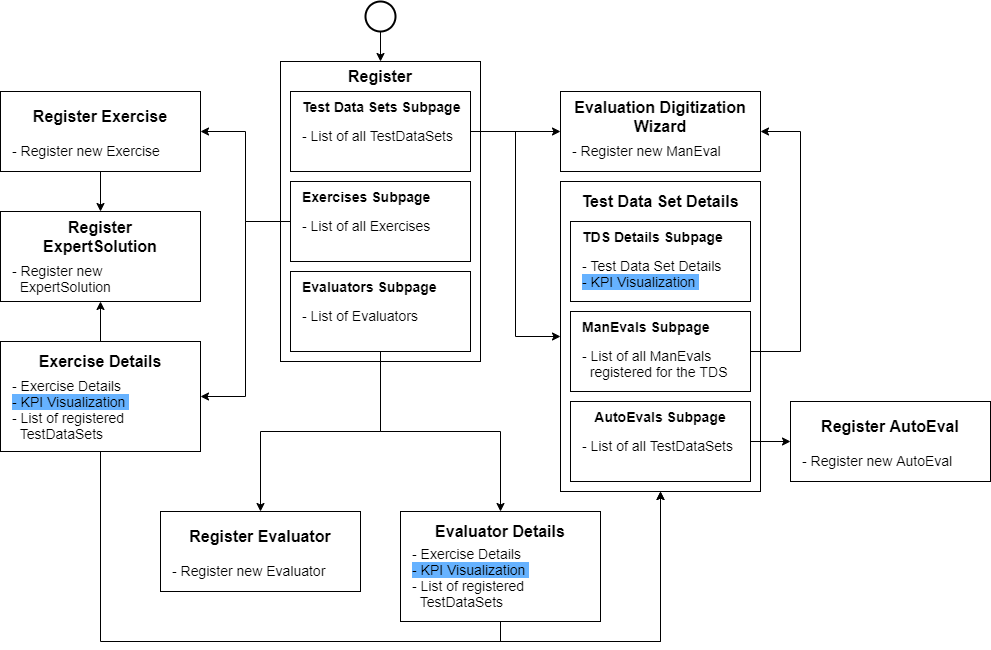
The draw.io diagram doc/images/graphics/PageTree.png in PDT42/bachelor-quality-testing-inloom, before a commit. Source tidied: cells renumbered, new cells last; positions are measured from the earlier drawing's top-left corner, leaving out a move shared by most shapes.
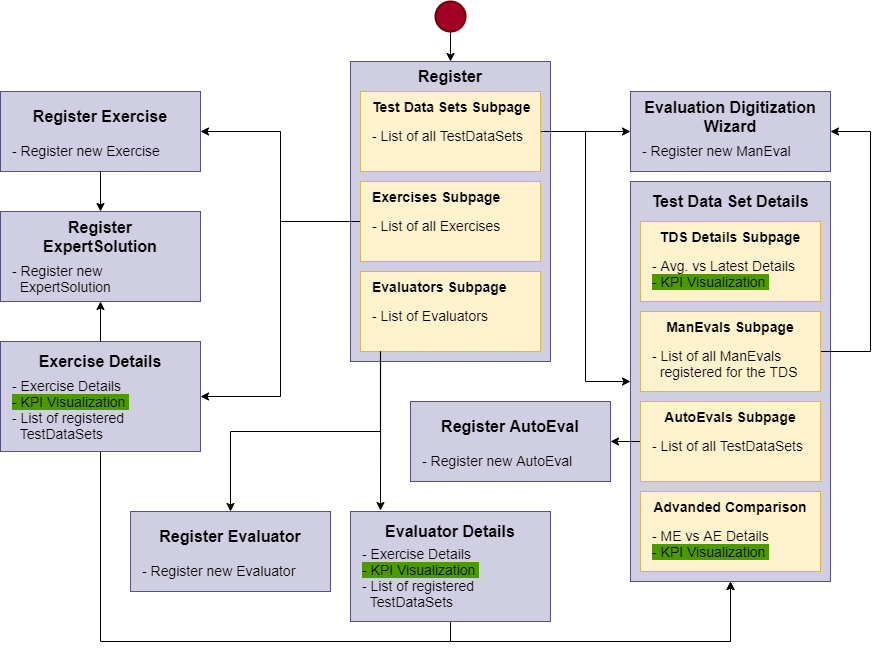
After the change.

Change to the diagram source:
```diff
@@ -2,7 +2,7 @@
   <root>
     <mxCell id="0" />
     <mxCell id="1" parent="0" />
-    <mxCell id="2" style="rounded=0;whiteSpace=wrap;html=1;" parent="1" vertex="1">
+    <mxCell id="2" style="rounded=0;whiteSpace=wrap;html=1;fillColor=#d0cee2;strokeColor=#56517e;" parent="1" vertex="1">
       <mxGeometry x="280" y="60" width="200" height="300" as="geometry" />
     </mxCell>
     <mxCell id="3" value="Register" style="text;html=1;strokeColor=none;fillColor=none;align=center;verticalAlign=middle;whiteSpace=wrap;rounded=0;fontStyle=1;fontSize=16;" parent="1" vertex="1">
@@ -14,7 +14,7 @@
     <mxCell id="5" style="edgeStyle=orthogonalEdgeStyle;rounded=0;jettySize=auto;html=1;exitX=1;exitY=0.5;exitDx=0;exitDy=0;entryX=0;entryY=0.5;entryDx=0;entryDy=0;fontSize=14;" parent="1" edge="1" source="6" target="29">
       <mxGeometry relative="1" as="geometry" />
     </mxCell>
-    <mxCell id="6" style="rounded=0;whiteSpace=wrap;html=1;fontSize=14;align=left;" parent="1" vertex="1">
+    <mxCell id="6" style="rounded=0;whiteSpace=wrap;html=1;fontSize=14;align=left;fillColor=#fff2cc;strokeColor=#d6b656;" parent="1" vertex="1">
       <mxGeometry x="290" y="90" width="180" height="80" as="geometry" />
     </mxCell>
     <mxCell id="7" value="&lt;span style=&quot;font-size: 14px;&quot;&gt;Test Data Sets Subpage&lt;/span&gt;" style="text;html=1;strokeColor=none;fillColor=none;align=left;verticalAlign=middle;whiteSpace=wrap;rounded=0;fontSize=14;fontStyle=1;" parent="1" vertex="1">
@@ -29,7 +29,7 @@
     <mxCell id="10" style="edgeStyle=orthogonalEdgeStyle;rounded=0;jettySize=auto;html=1;exitX=0;exitY=0.5;exitDx=0;exitDy=0;entryX=1;entryY=0.5;entryDx=0;entryDy=0;" parent="1" edge="1" source="11" target="43">
       <mxGeometry relative="1" as="geometry" />
     </mxCell>
-    <mxCell id="11" style="rounded=0;whiteSpace=wrap;html=1;fontSize=14;align=left;" parent="1" vertex="1">
+    <mxCell id="11" style="rounded=0;whiteSpace=wrap;html=1;fontSize=14;align=left;fillColor=#fff2cc;strokeColor=#d6b656;" parent="1" vertex="1">
       <mxGeometry x="290" y="180" width="180" height="80" as="geometry" />
     </mxCell>
     <mxCell id="12" value="&lt;span style=&quot;font-size: 14px&quot;&gt;Exercises Subpage&lt;/span&gt;" style="text;html=1;strokeColor=none;fillColor=none;align=left;verticalAlign=middle;whiteSpace=wrap;rounded=0;fontSize=14;fontStyle=1;" parent="1" vertex="1">
@@ -38,22 +38,27 @@
     <mxCell id="13" value="- List of all Exercises" style="text;html=1;strokeColor=none;fillColor=none;align=left;verticalAlign=top;whiteSpace=wrap;rounded=0;fontSize=14;" parent="1" vertex="1">
       <mxGeometry x="300" y="210" width="160" height="50" as="geometry" />
     </mxCell>
-    <mxCell id="14" style="rounded=0;whiteSpace=wrap;html=1;fontSize=14;align=left;" parent="1" vertex="1">
+    <mxCell id="14" style="rounded=0;whiteSpace=wrap;html=1;fontSize=14;align=left;fillColor=#fff2cc;strokeColor=#d6b656;" parent="1" vertex="1">
       <mxGeometry x="290" y="270" width="180" height="80" as="geometry" />
     </mxCell>
     <mxCell id="15" value="&lt;span style=&quot;font-size: 14px&quot;&gt;Evaluators Subpage&lt;/span&gt;" style="text;html=1;strokeColor=none;fillColor=none;align=left;verticalAlign=middle;whiteSpace=wrap;rounded=0;fontSize=14;fontStyle=1;" parent="1" vertex="1">
       <mxGeometry x="300" y="270" width="170" height="30" as="geometry" />
     </mxCell>
-    <mxCell id="16" style="edgeStyle=orthogonalEdgeStyle;rounded=0;jettySize=auto;html=1;exitX=0.5;exitY=1;exitDx=0;exitDy=0;entryX=0.5;entryY=0;entryDx=0;entryDy=0;fontSize=14;" parent="1" edge="1" source="18" target="27">
-      <mxGeometry relative="1" as="geometry" />
+    <mxCell id="16" style="edgeStyle=orthogonalEdgeStyle;rounded=0;jettySize=auto;html=1;exitX=0.062;exitY=1.001;exitDx=0;exitDy=0;entryX=0.5;entryY=0;entryDx=0;entryDy=0;fontSize=14;exitPerimeter=0;" parent="1" edge="1" source="18" target="27">
+      <mxGeometry relative="1" as="geometry">
+        <Array as="points">
+          <mxPoint x="310" y="430" />
+          <mxPoint x="160" y="430" />
+        </Array>
+      </mxGeometry>
     </mxCell>
-    <mxCell id="17" style="edgeStyle=orthogonalEdgeStyle;rounded=0;jettySize=auto;html=1;exitX=0.5;exitY=1;exitDx=0;exitDy=0;entryX=0.5;entryY=0;entryDx=0;entryDy=0;" parent="1" edge="1" source="18" target="52">
+    <mxCell id="17" style="edgeStyle=orthogonalEdgeStyle;rounded=0;jettySize=auto;html=1;exitX=0.063;exitY=1;exitDx=0;exitDy=0;entryX=0.111;entryY=-0.025;entryDx=0;entryDy=0;entryPerimeter=0;exitPerimeter=0;" parent="1" edge="1" source="18" target="52">
       <mxGeometry relative="1" as="geometry" />
     </mxCell>
     <mxCell id="18" value="- List of Evaluators" style="text;html=1;strokeColor=none;fillColor=none;align=left;verticalAlign=top;whiteSpace=wrap;rounded=0;fontSize=14;" parent="1" vertex="1">
       <mxGeometry x="300" y="300" width="160" height="50" as="geometry" />
     </mxCell>
-    <mxCell id="19" style="rounded=0;whiteSpace=wrap;html=1;" parent="1" vertex="1">
+    <mxCell id="19" style="rounded=0;whiteSpace=wrap;html=1;fillColor=#d0cee2;strokeColor=#56517e;" parent="1" vertex="1">
       <mxGeometry x="560" y="90" width="200" height="80" as="geometry" />
     </mxCell>
     <mxCell id="20" value="Evaluation Digitization&lt;br&gt;Wizard" style="text;html=1;strokeColor=none;fillColor=none;align=center;verticalAlign=middle;whiteSpace=wrap;rounded=0;fontStyle=1;fontSize=16;" parent="1" vertex="1">
@@ -62,40 +67,40 @@
     <mxCell id="21" value="- Register new ManEval" style="text;html=1;strokeColor=none;fillColor=none;align=left;verticalAlign=top;whiteSpace=wrap;rounded=0;fontSize=14;" parent="1" vertex="1">
       <mxGeometry x="570" y="135" width="180" height="35" as="geometry" />
     </mxCell>
-    <mxCell id="22" style="rounded=0;whiteSpace=wrap;html=1;" parent="1" vertex="1">
-      <mxGeometry y="90" width="200" height="80" as="geometry" />
+    <mxCell id="22" style="rounded=0;whiteSpace=wrap;html=1;fillColor=#d0cee2;strokeColor=#56517e;" parent="1" vertex="1">
+      <mxGeometry x="-70" y="90" width="200" height="80" as="geometry" />
     </mxCell>
     <mxCell id="23" value="Register Exercise" style="text;html=1;strokeColor=none;fillColor=none;align=center;verticalAlign=middle;whiteSpace=wrap;rounded=0;fontStyle=1;fontSize=16;" parent="1" vertex="1">
-      <mxGeometry x="10" y="90" width="180" height="50" as="geometry" />
+      <mxGeometry x="-60" y="90" width="180" height="50" as="geometry" />
     </mxCell>
     <mxCell id="24" style="edgeStyle=orthogonalEdgeStyle;rounded=0;jettySize=auto;html=1;exitX=0.5;exitY=1;exitDx=0;exitDy=0;entryX=0.5;entryY=0;entryDx=0;entryDy=0;" parent="1" edge="1" source="25" target="48">
       <mxGeometry relative="1" as="geometry" />
     </mxCell>
     <mxCell id="25" value="- Register new Exercise" style="text;html=1;strokeColor=none;fillColor=none;align=left;verticalAlign=top;whiteSpace=wrap;rounded=0;fontSize=14;" parent="1" vertex="1">
-      <mxGeometry x="10" y="135" width="180" height="35" as="geometry" />
+      <mxGeometry x="-60" y="135" width="180" height="35" as="geometry" />
     </mxCell>
-    <mxCell id="26" style="rounded=0;whiteSpace=wrap;html=1;" parent="1" vertex="1">
-      <mxGeometry x="160" y="510" width="200" height="80" as="geometry" />
+    <mxCell id="26" style="rounded=0;whiteSpace=wrap;html=1;fillColor=#d0cee2;strokeColor=#56517e;" parent="1" vertex="1">
+      <mxGeometry x="60" y="510" width="200" height="80" as="geometry" />
     </mxCell>
     <mxCell id="27" value="Register Evaluator" style="text;html=1;strokeColor=none;fillColor=none;align=center;verticalAlign=middle;whiteSpace=wrap;rounded=0;fontStyle=1;fontSize=16;" parent="1" vertex="1">
-      <mxGeometry x="170" y="510" width="180" height="50" as="geometry" />
+      <mxGeometry x="70" y="510" width="180" height="50" as="geometry" />
     </mxCell>
     <mxCell id="28" value="- Register new Evaluator" style="text;html=1;strokeColor=none;fillColor=none;align=left;verticalAlign=top;whiteSpace=wrap;rounded=0;fontSize=14;" parent="1" vertex="1">
-      <mxGeometry x="170" y="555" width="180" height="35" as="geometry" />
+      <mxGeometry x="70" y="555" width="180" height="35" as="geometry" />
     </mxCell>
-    <mxCell id="29" style="rounded=0;whiteSpace=wrap;html=1;" parent="1" vertex="1">
-      <mxGeometry x="560" y="180" width="200" height="310" as="geometry" />
+    <mxCell id="29" style="rounded=0;whiteSpace=wrap;html=1;fillColor=#d0cee2;strokeColor=#56517e;" parent="1" vertex="1">
+      <mxGeometry x="560" y="180" width="200" height="400" as="geometry" />
     </mxCell>
     <mxCell id="30" value="Test Data Set Details" style="text;html=1;strokeColor=none;fillColor=none;align=center;verticalAlign=middle;whiteSpace=wrap;rounded=0;fontStyle=1;fontSize=16;" parent="1" vertex="1">
       <mxGeometry x="570" y="180" width="180" height="40" as="geometry" />
     </mxCell>
-    <mxCell id="31" style="rounded=0;whiteSpace=wrap;html=1;fontSize=14;align=left;" parent="1" vertex="1">
+    <mxCell id="31" style="rounded=0;whiteSpace=wrap;html=1;fontSize=14;align=left;fillColor=#fff2cc;strokeColor=#d6b656;" parent="1" vertex="1">
       <mxGeometry x="570" y="220" width="180" height="80" as="geometry" />
     </mxCell>
-    <mxCell id="32" value="&lt;span style=&quot;font-size: 14px&quot;&gt;TDS Details Subpage&lt;/span&gt;" style="text;html=1;strokeColor=none;fillColor=none;align=left;verticalAlign=middle;whiteSpace=wrap;rounded=0;fontSize=14;fontStyle=1;" parent="1" vertex="1">
-      <mxGeometry x="580" y="220" width="170" height="30" as="geometry" />
+    <mxCell id="32" value="&lt;span style=&quot;font-size: 14px&quot;&gt;TDS Details Subpage&lt;/span&gt;" style="text;html=1;strokeColor=none;fillColor=none;align=center;verticalAlign=middle;whiteSpace=wrap;rounded=0;fontSize=14;fontStyle=1;" parent="1" vertex="1">
+      <mxGeometry x="580" y="220" width="160" height="30" as="geometry" />
     </mxCell>
-    <mxCell id="33" value="- Test Data Set Details&lt;br&gt;&lt;span style=&quot;background-color: rgb(102 , 178 , 255)&quot;&gt;- KPI Visualization&amp;nbsp;&lt;/span&gt;" style="text;html=1;strokeColor=none;fillColor=none;align=left;verticalAlign=top;whiteSpace=wrap;rounded=0;fontSize=14;" parent="1" vertex="1">
+    <mxCell id="33" value="- Avg. vs Latest Details&lt;br&gt;&lt;span style=&quot;background-color: rgb(77 , 153 , 0)&quot;&gt;- KPI Visualization&amp;nbsp;&lt;/span&gt;" style="text;html=1;strokeColor=none;fillColor=none;align=left;verticalAlign=top;whiteSpace=wrap;rounded=0;fontSize=14;" parent="1" vertex="1">
       <mxGeometry x="580" y="250" width="160" height="50" as="geometry" />
     </mxCell>
     <mxCell id="34" style="edgeStyle=orthogonalEdgeStyle;rounded=0;jettySize=auto;html=1;exitX=1;exitY=0.5;exitDx=0;exitDy=0;entryX=1;entryY=0.5;entryDx=0;entryDy=0;" parent="1" edge="1" source="35" target="19">
@@ -106,23 +111,23 @@
         </Array>
       </mxGeometry>
     </mxCell>
-    <mxCell id="35" style="rounded=0;whiteSpace=wrap;html=1;fontSize=14;align=left;" parent="1" vertex="1">
+    <mxCell id="35" style="rounded=0;whiteSpace=wrap;html=1;fontSize=14;align=left;fillColor=#fff2cc;strokeColor=#d6b656;" parent="1" vertex="1">
       <mxGeometry x="570" y="310" width="180" height="80" as="geometry" />
     </mxCell>
-    <mxCell id="36" value="&lt;span style=&quot;font-size: 14px&quot;&gt;ManEvals Subpage&lt;/span&gt;" style="text;html=1;strokeColor=none;fillColor=none;align=left;verticalAlign=middle;whiteSpace=wrap;rounded=0;fontSize=14;fontStyle=1;" parent="1" vertex="1">
-      <mxGeometry x="580" y="310" width="170" height="30" as="geometry" />
+    <mxCell id="36" value="&lt;span style=&quot;font-size: 14px&quot;&gt;ManEvals Subpage&lt;/span&gt;" style="text;html=1;strokeColor=none;fillColor=none;align=center;verticalAlign=middle;whiteSpace=wrap;rounded=0;fontSize=14;fontStyle=1;" parent="1" vertex="1">
+      <mxGeometry x="580" y="310" width="160" height="30" as="geometry" />
     </mxCell>
     <mxCell id="37" value="- List of all ManEvals&lt;br&gt;&amp;nbsp; registered for the TDS" style="text;html=1;strokeColor=none;fillColor=none;align=left;verticalAlign=top;whiteSpace=wrap;rounded=0;fontSize=14;" parent="1" vertex="1">
       <mxGeometry x="580" y="340" width="160" height="50" as="geometry" />
     </mxCell>
-    <mxCell id="38" style="edgeStyle=orthogonalEdgeStyle;rounded=0;jettySize=auto;html=1;exitX=1;exitY=0.5;exitDx=0;exitDy=0;entryX=0;entryY=0.5;entryDx=0;entryDy=0;" parent="1" edge="1" source="39" target="54">
+    <mxCell id="38" style="edgeStyle=orthogonalEdgeStyle;rounded=0;jettySize=auto;html=1;entryX=1;entryY=0.5;entryDx=0;entryDy=0;" parent="1" edge="1" source="39" target="54">
       <mxGeometry relative="1" as="geometry" />
     </mxCell>
-    <mxCell id="39" style="rounded=0;whiteSpace=wrap;html=1;fontSize=14;align=left;" parent="1" vertex="1">
+    <mxCell id="39" style="rounded=0;whiteSpace=wrap;html=1;fontSize=14;align=left;fillColor=#fff2cc;strokeColor=#d6b656;" parent="1" vertex="1">
       <mxGeometry x="570" y="400" width="180" height="80" as="geometry" />
     </mxCell>
     <mxCell id="40" value="&lt;span style=&quot;font-size: 14px&quot;&gt;AutoEvals Subpage&lt;/span&gt;" style="text;html=1;strokeColor=none;fillColor=none;align=center;verticalAlign=middle;whiteSpace=wrap;rounded=0;fontSize=14;fontStyle=1;" parent="1" vertex="1">
-      <mxGeometry x="570" y="400" width="180" height="30" as="geometry" />
+      <mxGeometry x="580" y="400" width="160" height="30" as="geometry" />
     </mxCell>
     <mxCell id="41" value="- List of all TestDataSets" style="text;html=1;strokeColor=none;fillColor=none;align=left;verticalAlign=top;whiteSpace=wrap;rounded=0;fontSize=14;" parent="1" vertex="1">
       <mxGeometry x="580" y="430" width="160" height="50" as="geometry" />
@@ -130,58 +135,67 @@
     <mxCell id="42" style="edgeStyle=orthogonalEdgeStyle;rounded=0;jettySize=auto;html=1;exitX=0.5;exitY=1;exitDx=0;exitDy=0;entryX=0.5;entryY=1;entryDx=0;entryDy=0;" parent="1" edge="1" source="43" target="29">
       <mxGeometry relative="1" as="geometry">
         <Array as="points">
-          <mxPoint x="100" y="640" />
+          <mxPoint x="30" y="640" />
           <mxPoint x="660" y="640" />
         </Array>
       </mxGeometry>
     </mxCell>
-    <mxCell id="43" style="rounded=0;whiteSpace=wrap;html=1;" parent="1" vertex="1">
-      <mxGeometry y="340" width="200" height="110" as="geometry" />
+    <mxCell id="43" style="rounded=0;whiteSpace=wrap;html=1;fillColor=#d0cee2;strokeColor=#56517e;" parent="1" vertex="1">
+      <mxGeometry x="-70" y="340" width="200" height="110" as="geometry" />
     </mxCell>
     <mxCell id="44" style="edgeStyle=orthogonalEdgeStyle;rounded=0;jettySize=auto;html=1;exitX=0.5;exitY=0;exitDx=0;exitDy=0;entryX=0.5;entryY=1;entryDx=0;entryDy=0;" parent="1" edge="1" source="45" target="47">
       <mxGeometry relative="1" as="geometry" />
     </mxCell>
     <mxCell id="45" value="Exercise Details" style="text;html=1;strokeColor=none;fillColor=none;align=center;verticalAlign=middle;whiteSpace=wrap;rounded=0;fontStyle=1;fontSize=16;" parent="1" vertex="1">
-      <mxGeometry x="10" y="340" width="180" height="40" as="geometry" />
+      <mxGeometry x="-60" y="340" width="180" height="40" as="geometry" />
     </mxCell>
-    <mxCell id="46" value="- Exercise Details&lt;br&gt;&lt;span style=&quot;background-color: rgb(102 , 178 , 255)&quot;&gt;- KPI Visualization&amp;nbsp;&lt;/span&gt;&lt;br&gt;- List of registered&lt;br&gt;&amp;nbsp; TestDataSets" style="text;html=1;strokeColor=none;fillColor=none;align=left;verticalAlign=top;whiteSpace=wrap;rounded=0;fontSize=14;" parent="1" vertex="1">
-      <mxGeometry x="10" y="370" width="180" height="70" as="geometry" />
+    <mxCell id="46" value="- Exercise Details&lt;br&gt;&lt;span style=&quot;background-color: rgb(77 , 153 , 0)&quot;&gt;- KPI Visualization&amp;nbsp;&lt;/span&gt;&lt;br&gt;- List of registered&lt;br&gt;&amp;nbsp; TestDataSets" style="text;html=1;strokeColor=none;fillColor=none;align=left;verticalAlign=top;whiteSpace=wrap;rounded=0;fontSize=14;" parent="1" vertex="1">
+      <mxGeometry x="-60" y="370" width="180" height="70" as="geometry" />
     </mxCell>
-    <mxCell id="47" style="rounded=0;whiteSpace=wrap;html=1;" parent="1" vertex="1">
-      <mxGeometry y="210" width="200" height="90" as="geometry" />
+    <mxCell id="47" style="rounded=0;whiteSpace=wrap;html=1;fillColor=#d0cee2;strokeColor=#56517e;" parent="1" vertex="1">
+      <mxGeometry x="-70" y="210" width="200" height="90" as="geometry" />
     </mxCell>
     <mxCell id="48" value="Register ExpertSolution" style="text;html=1;strokeColor=none;fillColor=none;align=center;verticalAlign=middle;whiteSpace=wrap;rounded=0;fontStyle=1;fontSize=16;" parent="1" vertex="1">
-      <mxGeometry x="10" y="210" width="180" height="50" as="geometry" />
+      <mxGeometry x="-60" y="210" width="180" height="50" as="geometry" />
     </mxCell>
     <mxCell id="49" value="- Register new &lt;br&gt;&amp;nbsp; ExpertSolution" style="text;html=1;strokeColor=none;fillColor=none;align=left;verticalAlign=top;whiteSpace=wrap;rounded=0;fontSize=14;" parent="1" vertex="1">
-      <mxGeometry x="10" y="255" width="180" height="35" as="geometry" />
+      <mxGeometry x="-60" y="255" width="180" height="35" as="geometry" />
     </mxCell>
     <mxCell id="50" style="edgeStyle=orthogonalEdgeStyle;rounded=0;jettySize=auto;html=1;exitX=0.5;exitY=1;exitDx=0;exitDy=0;entryX=0.5;entryY=1;entryDx=0;entryDy=0;" parent="1" edge="1" source="51" target="29">
       <mxGeometry relative="1" as="geometry" />
     </mxCell>
-    <mxCell id="51" style="rounded=0;whiteSpace=wrap;html=1;" parent="1" vertex="1">
-      <mxGeometry x="400" y="510" width="200" height="110" as="geometry" />
+    <mxCell id="51" style="rounded=0;whiteSpace=wrap;html=1;fillColor=#d0cee2;strokeColor=#56517e;" parent="1" vertex="1">
+      <mxGeometry x="280" y="510" width="200" height="110" as="geometry" />
     </mxCell>
     <mxCell id="52" value="Evaluator Details" style="text;html=1;strokeColor=none;fillColor=none;align=center;verticalAlign=middle;whiteSpace=wrap;rounded=0;fontStyle=1;fontSize=16;" parent="1" vertex="1">
-      <mxGeometry x="410" y="510" width="180" height="40" as="geometry" />
+      <mxGeometry x="290" y="510" width="180" height="40" as="geometry" />
     </mxCell>
-    <mxCell id="53" value="- Exercise Details&lt;br&gt;&lt;span style=&quot;background-color: rgb(102 , 178 , 255)&quot;&gt;- KPI Visualization&amp;nbsp;&lt;/span&gt;&lt;br&gt;- List of registered &lt;br&gt;&amp;nbsp; TestDataSets" style="text;html=1;strokeColor=none;fillColor=none;align=left;verticalAlign=top;whiteSpace=wrap;rounded=0;fontSize=14;" parent="1" vertex="1">
-      <mxGeometry x="410" y="537.5" width="180" height="70" as="geometry" />
+    <mxCell id="53" value="- Exercise Details&lt;br&gt;&lt;span style=&quot;background-color: rgb(77 , 153 , 0)&quot;&gt;- KPI Visualization&amp;nbsp;&lt;/span&gt;&lt;br&gt;- List of registered &lt;br&gt;&amp;nbsp; TestDataSets" style="text;html=1;strokeColor=none;fillColor=none;align=left;verticalAlign=top;whiteSpace=wrap;rounded=0;fontSize=14;" parent="1" vertex="1">
+      <mxGeometry x="290" y="537.5" width="180" height="70" as="geometry" />
     </mxCell>
-    <mxCell id="54" style="rounded=0;whiteSpace=wrap;html=1;" parent="1" vertex="1">
-      <mxGeometry x="790" y="400" width="200" height="80" as="geometry" />
+    <mxCell id="54" style="rounded=0;whiteSpace=wrap;html=1;fillColor=#d0cee2;strokeColor=#56517e;" parent="1" vertex="1">
+      <mxGeometry x="340" y="400" width="200" height="80" as="geometry" />
     </mxCell>
     <mxCell id="55" value="Register AutoEval" style="text;html=1;strokeColor=none;fillColor=none;align=center;verticalAlign=middle;whiteSpace=wrap;rounded=0;fontStyle=1;fontSize=16;" parent="1" vertex="1">
-      <mxGeometry x="800" y="400" width="180" height="50" as="geometry" />
+      <mxGeometry x="350" y="400" width="180" height="50" as="geometry" />
     </mxCell>
     <mxCell id="56" value="- Register new AutoEval" style="text;html=1;strokeColor=none;fillColor=none;align=left;verticalAlign=top;whiteSpace=wrap;rounded=0;fontSize=14;" parent="1" vertex="1">
-      <mxGeometry x="800" y="445" width="180" height="35" as="geometry" />
+      <mxGeometry x="350" y="445" width="180" height="35" as="geometry" />
     </mxCell>
     <mxCell id="57" style="edgeStyle=orthogonalEdgeStyle;rounded=0;jettySize=auto;html=1;exitX=0.5;exitY=1;exitDx=0;exitDy=0;exitPerimeter=0;entryX=0.5;entryY=0;entryDx=0;entryDy=0;" parent="1" edge="1" source="58" target="3">
       <mxGeometry relative="1" as="geometry" />
     </mxCell>
-    <mxCell id="58" style="strokeWidth=2;html=1;shape=mxgraph.flowchart.start_2;whiteSpace=wrap;" parent="1" vertex="1">
+    <mxCell id="58" style="strokeWidth=2;html=1;shape=mxgraph.flowchart.start_2;whiteSpace=wrap;fillColor=#a20025;strokeColor=#6F0000;fontColor=#ffffff;" parent="1" vertex="1">
       <mxGeometry x="365" width="30" height="30" as="geometry" />
     </mxCell>
+    <mxCell id="59" style="rounded=0;whiteSpace=wrap;html=1;fontSize=14;align=left;fillColor=#fff2cc;strokeColor=#d6b656;" parent="1" vertex="1">
+      <mxGeometry x="570" y="490" width="180" height="80" as="geometry" />
+    </mxCell>
+    <mxCell id="60" value="Advanded Comparison" style="text;html=1;strokeColor=none;fillColor=none;align=center;verticalAlign=middle;whiteSpace=wrap;rounded=0;fontSize=14;fontStyle=1;" parent="1" vertex="1">
+      <mxGeometry x="580" y="490" width="160" height="30" as="geometry" />
+    </mxCell>
+    <mxCell id="61" value="- ME vs AE Details&lt;br&gt;&lt;span style=&quot;background-color: rgb(77 , 153 , 0)&quot;&gt;- KPI Visualization&amp;nbsp;&lt;/span&gt;" style="text;html=1;strokeColor=none;fillColor=none;align=left;verticalAlign=top;whiteSpace=wrap;rounded=0;fontSize=14;" parent="1" vertex="1">
+      <mxGeometry x="580" y="520" width="160" height="50" as="geometry" />
+    </mxCell>
   </root>
 </mxGraphModel>
```
